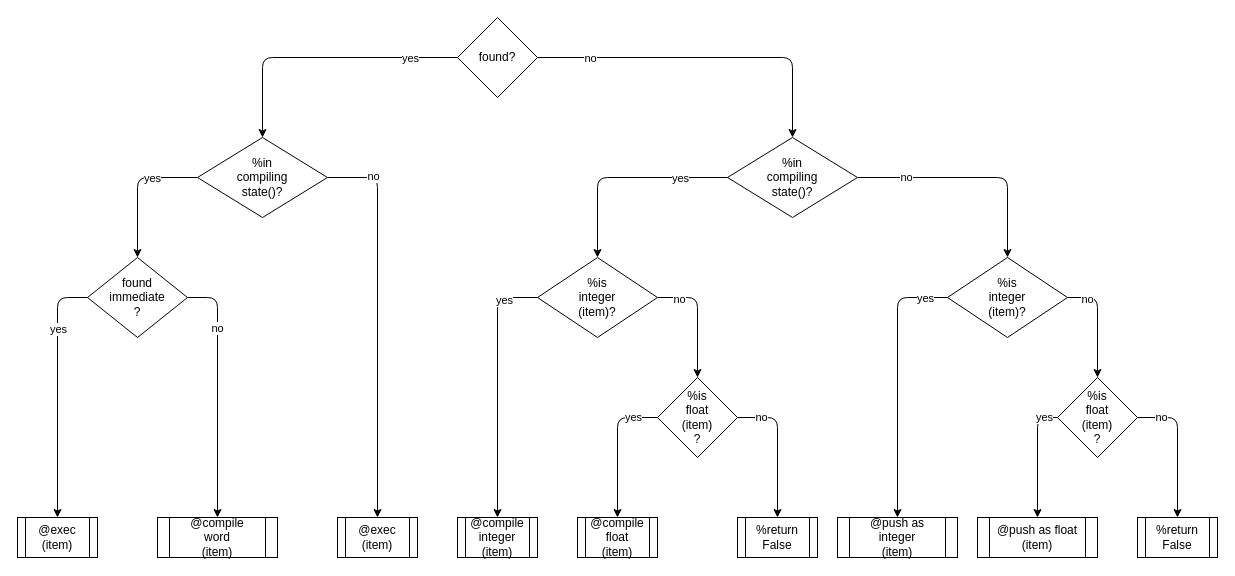
Before: example_frish.drawio in guitarvydas/dtree, a draw.io diagram. Source tidied: cells renumbered, new cells numbered last; positions are measured from the earlier drawing's top-left corner, leaving out a move shared by most shapes. Both pictures are drawn from the tidied source at 100%, with x=0, y=0 at pixel (17, 17).
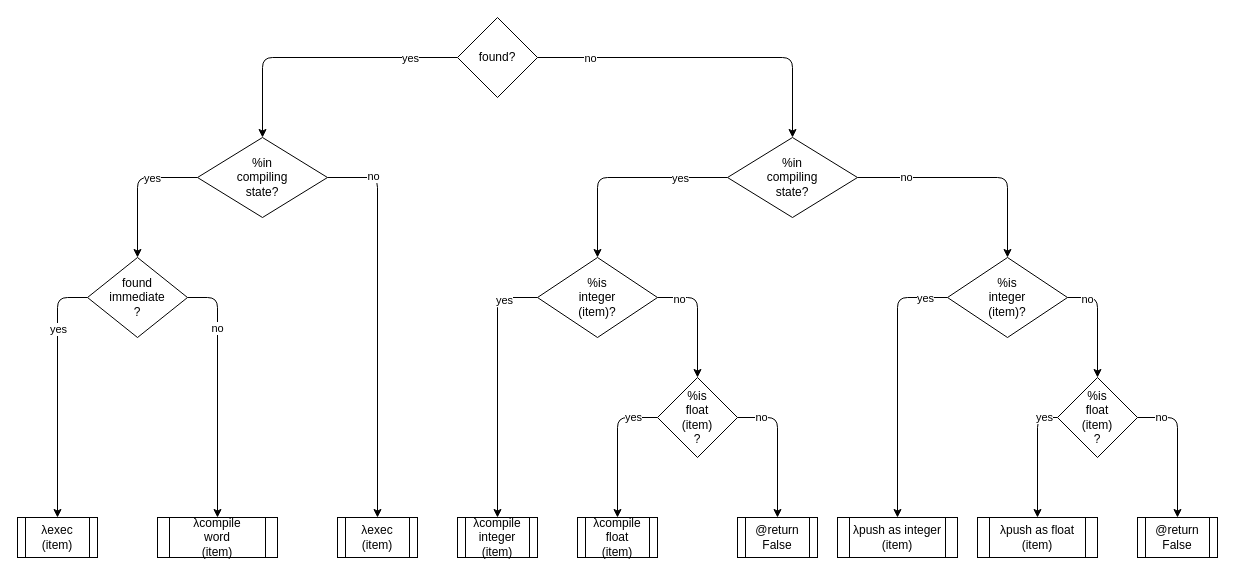
The same page after the edit.

The edit, as a diff of the source:
```diff
@@
-    <mxCell id="11" value="%in&lt;div&gt;compiling&lt;/div&gt;&lt;div&gt;state()?&lt;/div&gt;" style="rhombus;whiteSpace=wrap;html=1;" parent="1" vertex="1">
+    <mxCell id="11" value="%in&lt;div&gt;compiling&lt;/div&gt;&lt;div&gt;state?&lt;/div&gt;" style="rhombus;whiteSpace=wrap;html=1;" parent="1" vertex="1">
       <mxGeometry x="180" y="120" width="130" height="80" as="geometry" />
     </mxCell>
@@
-    <mxCell id="16" value="%in&lt;div&gt;compiling&lt;/div&gt;&lt;div&gt;state()?&lt;/div&gt;" style="rhombus;whiteSpace=wrap;html=1;" parent="1" vertex="1">
+    <mxCell id="16" value="%in&lt;div&gt;compiling&lt;/div&gt;&lt;div&gt;state?&lt;/div&gt;" style="rhombus;whiteSpace=wrap;html=1;" parent="1" vertex="1">
       <mxGeometry x="710" y="120" width="130" height="80" as="geometry" />
     </mxCell>
@@
-    <mxCell id="36" value="%is&lt;div&gt;integer&lt;div&gt;(item)?&lt;/div&gt;&lt;/div&gt;" style="rhombus;whiteSpace=wrap;html=1;" parent="1" vertex="1">
+    <mxCell id="36" value="%is&lt;div&gt;integer&lt;div&gt;(item)&lt;span style=&quot;background-color: transparent; color: light-dark(rgb(0, 0, 0), rgb(255, 255, 255));&quot;&gt;?&lt;/span&gt;&lt;/div&gt;&lt;/div&gt;" style="rhombus;whiteSpace=wrap;html=1;" parent="1" vertex="1">
       <mxGeometry x="520" y="240" width="120" height="80" as="geometry" />
     </mxCell>
@@
-    <mxCell id="42" value="@exec&lt;div&gt;(item)&lt;/div&gt;" style="shape=process;whiteSpace=wrap;html=1;backgroundOutline=1;" parent="1" vertex="1">
+    <mxCell id="42" value="λexec&lt;div&gt;(item)&lt;/div&gt;" style="shape=process;whiteSpace=wrap;html=1;backgroundOutline=1;" parent="1" vertex="1">
       <mxGeometry y="500" width="80" height="40" as="geometry" />
     </mxCell>
-    <mxCell id="43" value="@compile&lt;div&gt;word&lt;/div&gt;&lt;div&gt;(item&lt;span style=&quot;background-color: transparent; color: light-dark(rgb(0, 0, 0), rgb(255, 255, 255));&quot;&gt;)&lt;/span&gt;&lt;/div&gt;" style="shape=process;whiteSpace=wrap;html=1;backgroundOutline=1;" parent="1" vertex="1">
+    <mxCell id="43" value="λcompile&lt;div&gt;word&lt;/div&gt;&lt;div&gt;(item&lt;span style=&quot;background-color: transparent; color: light-dark(rgb(0, 0, 0), rgb(255, 255, 255));&quot;&gt;)&lt;/span&gt;&lt;/div&gt;" style="shape=process;whiteSpace=wrap;html=1;backgroundOutline=1;" parent="1" vertex="1">
       <mxGeometry x="140" y="500" width="120" height="40" as="geometry" />
     </mxCell>
-    <mxCell id="44" value="@exec&lt;div&gt;(item)&lt;/div&gt;" style="shape=process;whiteSpace=wrap;html=1;backgroundOutline=1;" parent="1" vertex="1">
+    <mxCell id="44" value="λexec&lt;div&gt;(item)&lt;/div&gt;" style="shape=process;whiteSpace=wrap;html=1;backgroundOutline=1;" parent="1" vertex="1">
       <mxGeometry x="320" y="500" width="80" height="40" as="geometry" />
     </mxCell>
-    <mxCell id="45" value="@compile&lt;div&gt;integer&lt;/div&gt;&lt;div&gt;(item)&lt;/div&gt;" style="shape=process;whiteSpace=wrap;html=1;backgroundOutline=1;" parent="1" vertex="1">
+    <mxCell id="45" value="λcompile&lt;div&gt;integer&lt;/div&gt;&lt;div&gt;(item)&lt;/div&gt;" style="shape=process;whiteSpace=wrap;html=1;backgroundOutline=1;" parent="1" vertex="1">
       <mxGeometry x="440" y="500" width="80" height="40" as="geometry" />
     </mxCell>
-    <mxCell id="46" value="@compile&lt;div&gt;float&lt;/div&gt;&lt;div&gt;(item)&lt;/div&gt;" style="shape=process;whiteSpace=wrap;html=1;backgroundOutline=1;" parent="1" vertex="1">
+    <mxCell id="46" value="λcompile&lt;div&gt;float&lt;/div&gt;&lt;div&gt;(item)&lt;/div&gt;" style="shape=process;whiteSpace=wrap;html=1;backgroundOutline=1;" parent="1" vertex="1">
       <mxGeometry x="560" y="500" width="80" height="40" as="geometry" />
     </mxCell>
-    <mxCell id="47" value="%return&lt;div&gt;False&lt;/div&gt;" style="shape=process;whiteSpace=wrap;html=1;backgroundOutline=1;" parent="1" vertex="1">
+    <mxCell id="47" value="@return False" style="shape=process;whiteSpace=wrap;html=1;backgroundOutline=1;" parent="1" vertex="1">
       <mxGeometry x="720" y="500" width="80" height="40" as="geometry" />
     </mxCell>
-    <mxCell id="48" value="@push as integer&lt;div&gt;(item)&lt;/div&gt;" style="shape=process;whiteSpace=wrap;html=1;backgroundOutline=1;" parent="1" vertex="1">
+    <mxCell id="48" value="λpush as integer&lt;div&gt;(item)&lt;/div&gt;" style="shape=process;whiteSpace=wrap;html=1;backgroundOutline=1;" parent="1" vertex="1">
       <mxGeometry x="820" y="500" width="120" height="40" as="geometry" />
     </mxCell>
-    <mxCell id="49" value="@push as float&lt;div&gt;(item)&lt;/div&gt;" style="shape=process;whiteSpace=wrap;html=1;backgroundOutline=1;" parent="1" vertex="1">
+    <mxCell id="49" value="λpush as float&lt;div&gt;(item)&lt;/div&gt;" style="shape=process;whiteSpace=wrap;html=1;backgroundOutline=1;" parent="1" vertex="1">
       <mxGeometry x="960" y="500" width="120" height="40" as="geometry" />
     </mxCell>
-    <mxCell id="50" value="%return False" style="shape=process;whiteSpace=wrap;html=1;backgroundOutline=1;" parent="1" vertex="1">
+    <mxCell id="50" value="@return False" style="shape=process;whiteSpace=wrap;html=1;backgroundOutline=1;" parent="1" vertex="1">
       <mxGeometry x="1120" y="500" width="80" height="40" as="geometry" />
     </mxCell>
```
